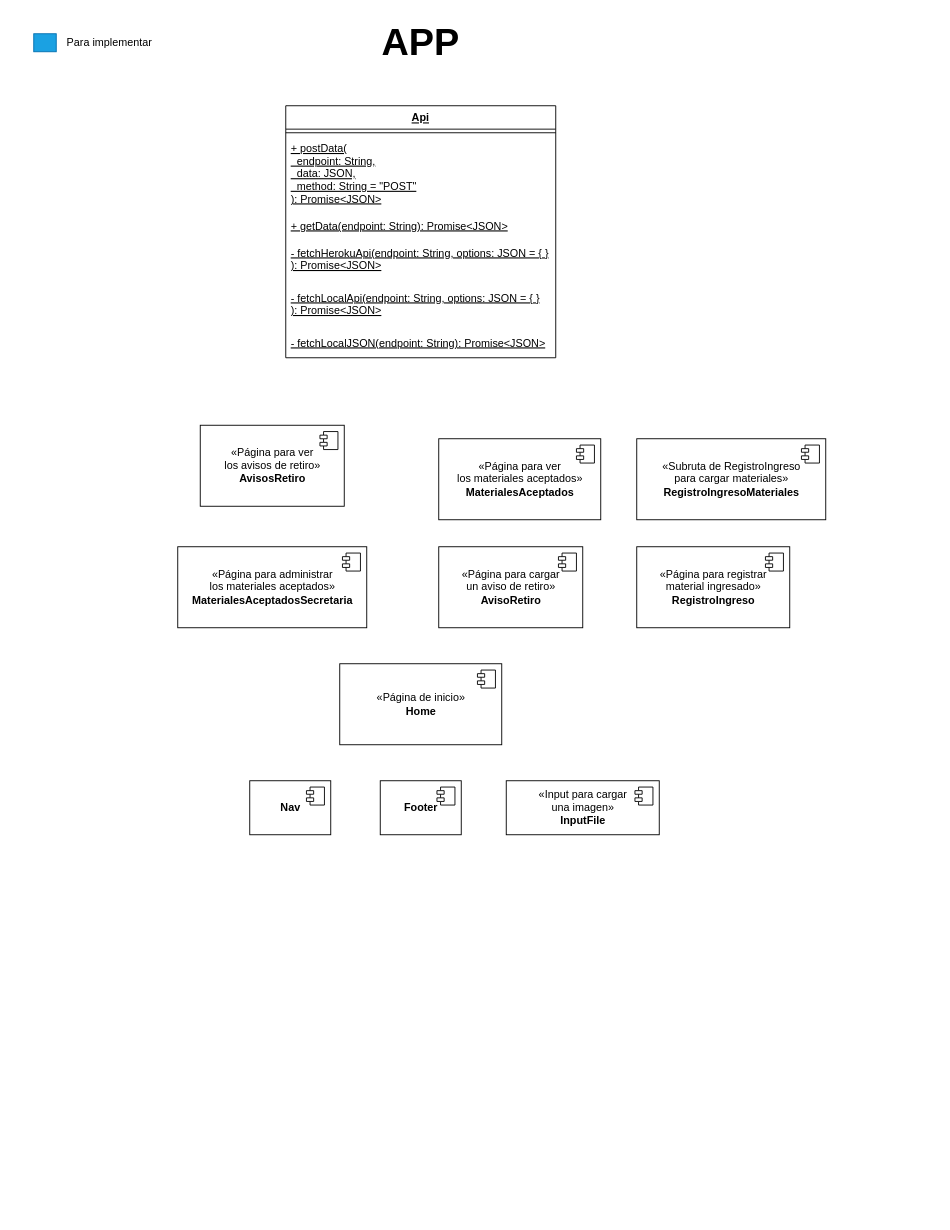
Earlier version of the draw.io diagram page "APP" (2 of 9) of Artefactos/Diagramas/diagrama-clases.drawio (Evynith/Entregable-Metodologias). Source tidied: cells renumbered, new cells numbered last; positions are measured from the earlier drawing's top-left corner, leaving out a move shared by most shapes. Both pictures are drawn from the tidied source at 90%, with x=0, y=0 at pixel (33, 15).
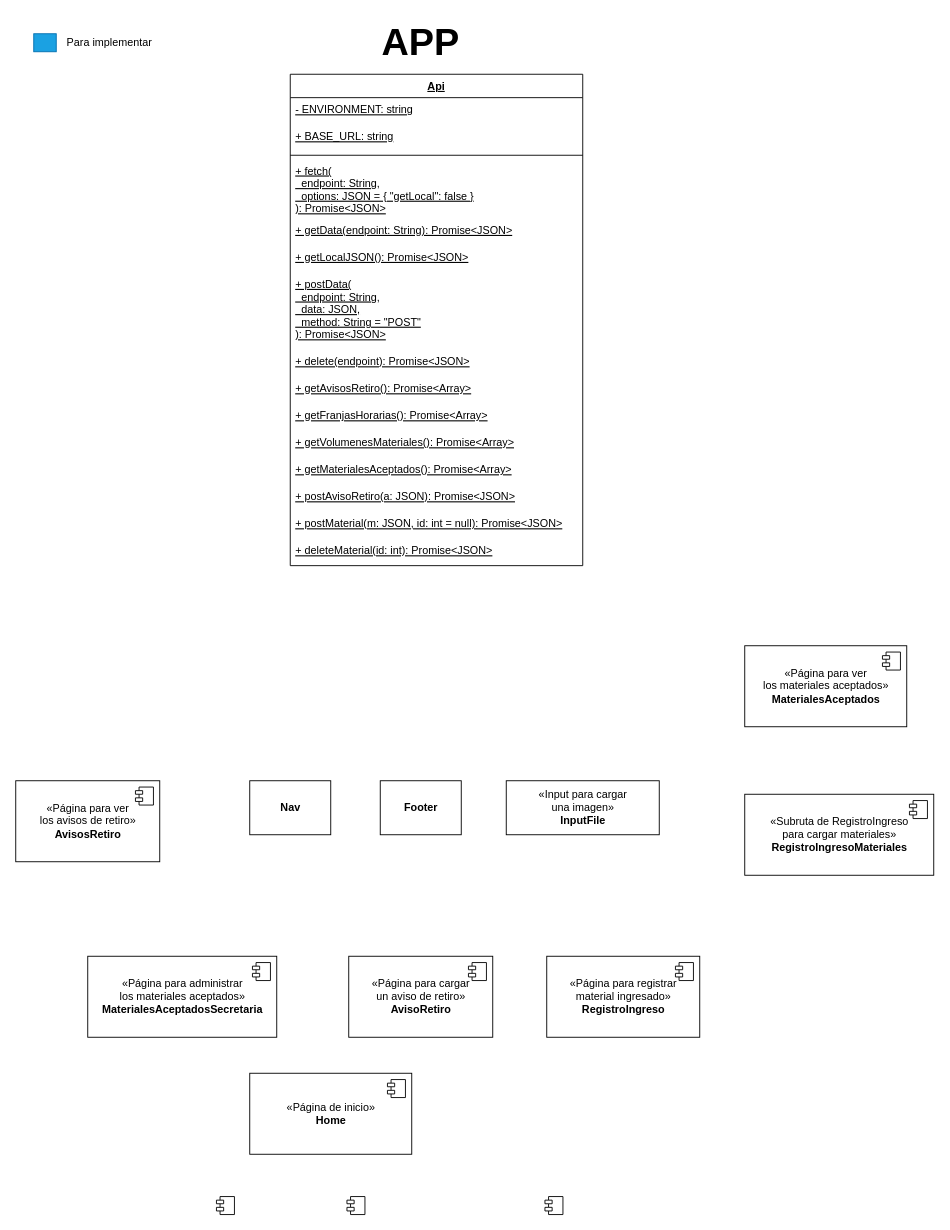
After the change.

The change refers to these unchanged cells:
```xml
<mxCell id="5" value="&lt;b style=&quot;font-size: 12px;&quot;&gt;Nav&lt;/b&gt;" style="html=1;fontSize=12;fontColor=#000000;strokeColor=#000000;fillColor=#ffffff;" parent="1" vertex="1">
  <mxGeometry x="240" y="850" width="90" height="60" as="geometry" />
</mxCell>
<mxCell id="7" value="&lt;b style=&quot;font-size: 12px;&quot;&gt;Footer&lt;/b&gt;" style="html=1;fontSize=12;fontColor=#000000;strokeColor=#000000;fillColor=#ffffff;" parent="1" vertex="1">
  <mxGeometry x="385" y="850" width="90" height="60" as="geometry" />
</mxCell>
<mxCell id="23" value="«Input para cargar &lt;br style=&quot;font-size: 12px;&quot;&gt;una imagen»&lt;br style=&quot;font-size: 12px;&quot;&gt;&lt;b style=&quot;font-size: 12px;&quot;&gt;InputFile&lt;/b&gt;" style="html=1;fontSize=12;fontColor=#000000;strokeColor=#000000;fillColor=#ffffff;" parent="1" vertex="1">
  <mxGeometry x="525" y="850" width="170" height="60" as="geometry" />
</mxCell>
```

What changed in the source:
```diff
@@
     <mxCell id="6" style="shape=module;jettyWidth=8;jettyHeight=4;" parent="5" vertex="1">
       <mxGeometry x="1" width="20" height="20" relative="1" as="geometry">
-        <mxPoint x="-27" y="7" as="offset" />
+        <mxPoint x="-127" y="462" as="offset" />
       </mxGeometry>
     </mxCell>
@@
     <mxCell id="8" style="shape=module;jettyWidth=8;jettyHeight=4;" parent="7" vertex="1">
       <mxGeometry x="1" width="20" height="20" relative="1" as="geometry">
-        <mxPoint x="-27" y="7" as="offset" />
+        <mxPoint x="-127" y="462" as="offset" />
       </mxGeometry>
     </mxCell>
     <mxCell id="9" value="«Página de inicio»&lt;br style=&quot;font-size: 12px;&quot;&gt;&lt;b style=&quot;font-size: 12px;&quot;&gt;Home&lt;/b&gt;" style="html=1;fontSize=12;fontColor=#000000;strokeColor=#000000;fillColor=#ffffff;" parent="1" vertex="1">
-      <mxGeometry x="340" y="720" width="180" height="90" as="geometry" />
+      <mxGeometry x="240" y="1175" width="180" height="90" as="geometry" />
     </mxCell>
@@
     <mxCell id="11" value="«Página para registrar &lt;br style=&quot;font-size: 12px;&quot;&gt;material ingresado»&lt;br style=&quot;font-size: 12px;&quot;&gt;&lt;b style=&quot;font-size: 12px;&quot;&gt;RegistroIngreso&lt;/b&gt;" style="html=1;fontSize=12;fontColor=#000000;strokeColor=#000000;fillColor=#ffffff;" parent="1" vertex="1">
-      <mxGeometry x="670" y="590" width="170" height="90" as="geometry" />
+      <mxGeometry x="570" y="1045" width="170" height="90" as="geometry" />
     </mxCell>
@@
     <mxCell id="13" value="«Subruta de RegistroIngreso &lt;br style=&quot;font-size: 12px;&quot;&gt;para cargar materiales»&lt;br style=&quot;font-size: 12px;&quot;&gt;&lt;b style=&quot;font-size: 12px;&quot;&gt;RegistroIngresoMateriales&lt;/b&gt;" style="html=1;fontSize=12;fontColor=#000000;strokeColor=#000000;fillColor=#ffffff;" parent="1" vertex="1">
-      <mxGeometry x="670" y="470" width="210" height="90" as="geometry" />
+      <mxGeometry x="790" y="865" width="210" height="90" as="geometry" />
     </mxCell>
@@
     <mxCell id="15" value="«Página para ver &lt;br style=&quot;font-size: 12px;&quot;&gt;los materiales aceptados»&lt;br style=&quot;font-size: 12px;&quot;&gt;&lt;b style=&quot;font-size: 12px;&quot;&gt;MaterialesAceptados&lt;/b&gt;" style="html=1;fontSize=12;fontColor=#000000;strokeColor=#000000;fillColor=#ffffff;" parent="1" vertex="1">
-      <mxGeometry x="450" y="470" width="180" height="90" as="geometry" />
+      <mxGeometry x="790" y="700" width="180" height="90" as="geometry" />
     </mxCell>
@@
     <mxCell id="17" value="«Página para administrar&lt;br style=&quot;font-size: 12px;&quot;&gt;los materiales aceptados»&lt;br style=&quot;font-size: 12px;&quot;&gt;&lt;b style=&quot;font-size: 12px;&quot;&gt;MaterialesAceptadosSecretaria&lt;/b&gt;" style="html=1;fontSize=12;fontColor=#000000;strokeColor=#000000;fillColor=#ffffff;" parent="1" vertex="1">
-      <mxGeometry x="160" y="590" width="210" height="90" as="geometry" />
+      <mxGeometry x="60" y="1045" width="210" height="90" as="geometry" />
     </mxCell>
@@
     <mxCell id="19" value="«Página para cargar&lt;br style=&quot;font-size: 12px;&quot;&gt;un aviso de retiro»&lt;br style=&quot;font-size: 12px;&quot;&gt;&lt;b style=&quot;font-size: 12px;&quot;&gt;AvisoRetiro&lt;/b&gt;" style="html=1;fontSize=12;fontColor=#000000;strokeColor=#000000;fillColor=#ffffff;" parent="1" vertex="1">
-      <mxGeometry x="450" y="590" width="160" height="90" as="geometry" />
+      <mxGeometry x="350" y="1045" width="160" height="90" as="geometry" />
     </mxCell>
@@
     <mxCell id="21" value="«Página para ver&lt;br style=&quot;font-size: 12px;&quot;&gt;los avisos de retiro»&lt;br style=&quot;font-size: 12px;&quot;&gt;&lt;b style=&quot;font-size: 12px;&quot;&gt;AvisosRetiro&lt;/b&gt;" style="html=1;fontSize=12;fontColor=#000000;strokeColor=#000000;fillColor=#ffffff;" parent="1" vertex="1">
-      <mxGeometry x="185" y="455" width="160" height="90" as="geometry" />
+      <mxGeometry x="-20" y="850" width="160" height="90" as="geometry" />
     </mxCell>
@@
     <mxCell id="24" style="shape=module;jettyWidth=8;jettyHeight=4;" parent="23" vertex="1">
       <mxGeometry x="1" width="20" height="20" relative="1" as="geometry">
-        <mxPoint x="-27" y="7" as="offset" />
+        <mxPoint x="-127" y="462" as="offset" />
       </mxGeometry>
     </mxCell>
     <mxCell id="25" value="Api" style="swimlane;fontStyle=5;align=center;verticalAlign=top;horizontal=1;startSize=26;fontSize=12;fontColor=#000000;strokeColor=#000000;fillColor=#ffffff;" parent="1" vertex="1">
-      <mxGeometry x="280" y="100" width="300" height="280" as="geometry" />
+      <mxGeometry x="285" y="65" width="325" height="546" as="geometry" />
     </mxCell>
+    <mxCell id="33" value="- ENVIRONMENT: string" style="text;strokeColor=none;fillColor=none;align=left;verticalAlign=top;spacingLeft=4;spacingRight=4;overflow=hidden;fontStyle=4;" parent="25" vertex="1">
+      <mxGeometry y="26" width="325" height="30" as="geometry" />
+    </mxCell>
+    <mxCell id="34" value="+ BASE_URL: string" style="text;strokeColor=none;fillColor=none;align=left;verticalAlign=top;spacingLeft=4;spacingRight=4;overflow=hidden;fontStyle=4;" parent="25" vertex="1">
+      <mxGeometry y="56" width="325" height="30" as="geometry" />
+    </mxCell>
     <mxCell id="26" style="line;strokeWidth=1;fillColor=none;align=left;verticalAlign=middle;spacingTop=-1;spacingLeft=3;spacingRight=3;labelPosition=right;" parent="25" vertex="1">
-      <mxGeometry y="26" width="300" height="8" as="geometry" />
+      <mxGeometry y="86" width="325" height="8" as="geometry" />
     </mxCell>
+    <mxCell id="35" value="+ fetch(&#10;  endpoint: String,&#10;  options: JSON = { &quot;getLocal&quot;: false }&#10;): Promise&lt;JSON&gt;" style="text;strokeColor=none;fillColor=none;align=left;verticalAlign=top;spacingLeft=4;spacingRight=4;overflow=hidden;fontStyle=4;" parent="25" vertex="1">
+      <mxGeometry y="94" width="325" height="66" as="geometry" />
+    </mxCell>
+    <mxCell id="28" value="+ getData(endpoint: String): Promise&lt;JSON&gt;" style="text;strokeColor=none;fillColor=none;align=left;verticalAlign=top;spacingLeft=4;spacingRight=4;overflow=hidden;fontStyle=4;" parent="25" vertex="1">
+      <mxGeometry y="160" width="325" height="30" as="geometry" />
+    </mxCell>
+    <mxCell id="31" value="+ getLocalJSON(): Promise&lt;JSON&gt;" style="text;strokeColor=none;fillColor=none;align=left;verticalAlign=top;spacingLeft=4;spacingRight=4;overflow=hidden;fontStyle=4;" parent="25" vertex="1">
+      <mxGeometry y="190" width="325" height="30" as="geometry" />
+    </mxCell>
     <mxCell id="27" value="+ postData(&#10;  endpoint: String,&#10;  data: JSON,&#10;  method: String = &quot;POST&quot;&#10;): Promise&lt;JSON&gt;" style="text;strokeColor=none;fillColor=none;align=left;verticalAlign=top;spacingLeft=4;spacingRight=4;overflow=hidden;fontStyle=4;" parent="25" vertex="1">
-      <mxGeometry y="34" width="300" height="86" as="geometry" />
+      <mxGeometry y="220" width="325" height="86" as="geometry" />
     </mxCell>
-    <mxCell id="28" value="+ getData(endpoint: String): Promise&lt;JSON&gt;" style="text;strokeColor=none;fillColor=none;align=left;verticalAlign=top;spacingLeft=4;spacingRight=4;overflow=hidden;fontStyle=4;" parent="25" vertex="1">
-      <mxGeometry y="120" width="300" height="30" as="geometry" />
-    </mxCell>
-    <mxCell id="29" value="- fetchHerokuApi(endpoint: String, options: JSON = { }&#10;): Promise&lt;JSON&gt;" style="text;strokeColor=none;fillColor=none;align=left;verticalAlign=top;spacingLeft=4;spacingRight=4;overflow=hidden;fontStyle=4;" parent="25" vertex="1">
-      <mxGeometry y="150" width="300" height="50" as="geometry" />
-    </mxCell>
-    <mxCell id="30" value="- fetchLocalApi(endpoint: String, options: JSON = { }&#10;): Promise&lt;JSON&gt;" style="text;strokeColor=none;fillColor=none;align=left;verticalAlign=top;spacingLeft=4;spacingRight=4;overflow=hidden;fontStyle=4;" parent="25" vertex="1">
-      <mxGeometry y="200" width="300" height="50" as="geometry" />
-    </mxCell>
-    <mxCell id="31" value="- fetchLocalJSON(endpoint: String): Promise&lt;JSON&gt;" style="text;strokeColor=none;fillColor=none;align=left;verticalAlign=top;spacingLeft=4;spacingRight=4;overflow=hidden;fontStyle=4;" parent="25" vertex="1">
-      <mxGeometry y="250" width="300" height="30" as="geometry" />
-    </mxCell>
+    <mxCell id="36" value="+ delete(endpoint): Promise&lt;JSON&gt;" style="text;strokeColor=none;fillColor=none;align=left;verticalAlign=top;spacingLeft=4;spacingRight=4;overflow=hidden;fontStyle=4;" parent="25" vertex="1">
+      <mxGeometry y="306" width="325" height="30" as="geometry" />
+    </mxCell>
+    <mxCell id="37" value="+ getAvisosRetiro(): Promise&lt;Array&gt;" style="text;strokeColor=none;fillColor=none;align=left;verticalAlign=top;spacingLeft=4;spacingRight=4;overflow=hidden;fontStyle=4;" parent="25" vertex="1">
+      <mxGeometry y="336" width="325" height="30" as="geometry" />
+    </mxCell>
+    <mxCell id="38" value="+ getFranjasHorarias(): Promise&lt;Array&gt;" style="text;strokeColor=none;fillColor=none;align=left;verticalAlign=top;spacingLeft=4;spacingRight=4;overflow=hidden;fontStyle=4;" parent="25" vertex="1">
+      <mxGeometry y="366" width="325" height="30" as="geometry" />
+    </mxCell>
+    <mxCell id="39" value="+ getVolumenesMateriales(): Promise&lt;Array&gt;" style="text;strokeColor=none;fillColor=none;align=left;verticalAlign=top;spacingLeft=4;spacingRight=4;overflow=hidden;fontStyle=4;" parent="25" vertex="1">
+      <mxGeometry y="396" width="325" height="30" as="geometry" />
+    </mxCell>
+    <mxCell id="40" value="+ getMaterialesAceptados(): Promise&lt;Array&gt;" style="text;strokeColor=none;fillColor=none;align=left;verticalAlign=top;spacingLeft=4;spacingRight=4;overflow=hidden;fontStyle=4;" parent="25" vertex="1">
+      <mxGeometry y="426" width="325" height="30" as="geometry" />
+    </mxCell>
+    <mxCell id="41" value="+ postAvisoRetiro(a: JSON): Promise&lt;JSON&gt;" style="text;strokeColor=none;fillColor=none;align=left;verticalAlign=top;spacingLeft=4;spacingRight=4;overflow=hidden;fontStyle=4;" parent="25" vertex="1">
+      <mxGeometry y="456" width="325" height="30" as="geometry" />
+    </mxCell>
+    <mxCell id="42" value="+ postMaterial(m: JSON, id: int = null): Promise&lt;JSON&gt;" style="text;strokeColor=none;fillColor=none;align=left;verticalAlign=top;spacingLeft=4;spacingRight=4;overflow=hidden;fontStyle=4;" parent="25" vertex="1">
+      <mxGeometry y="486" width="325" height="30" as="geometry" />
+    </mxCell>
+    <mxCell id="43" value="+ deleteMaterial(id: int): Promise&lt;JSON&gt;" style="text;strokeColor=none;fillColor=none;align=left;verticalAlign=top;spacingLeft=4;spacingRight=4;overflow=hidden;fontStyle=4;" parent="25" vertex="1">
+      <mxGeometry y="516" width="325" height="30" as="geometry" />
+    </mxCell>
-    <mxCell id="32" style="edgeStyle=orthogonalEdgeStyle;rounded=0;orthogonalLoop=1;jettySize=auto;html=1;exitX=0.5;exitY=1;exitDx=0;exitDy=0;dashed=1;fontSize=12;fontColor=#000000;" parent="1" edge="1" source="21" target="21">
-      <mxGeometry relative="1" as="geometry" />
+    <mxCell id="32" style="edgeStyle=orthogonalEdgeStyle;rounded=0;orthogonalLoop=1;jettySize=auto;html=1;exitX=0.5;exitY=1;exitDx=0;exitDy=0;dashed=1;fontSize=12;fontColor=#000000;" parent="1" edge="1">
+      <mxGeometry relative="1" as="geometry">
+        <mxPoint x="165.3" y="1000" as="sourcePoint" />
+        <mxPoint x="165.3" y="1000" as="targetPoint" />
+      </mxGeometry>
     </mxCell>
```
